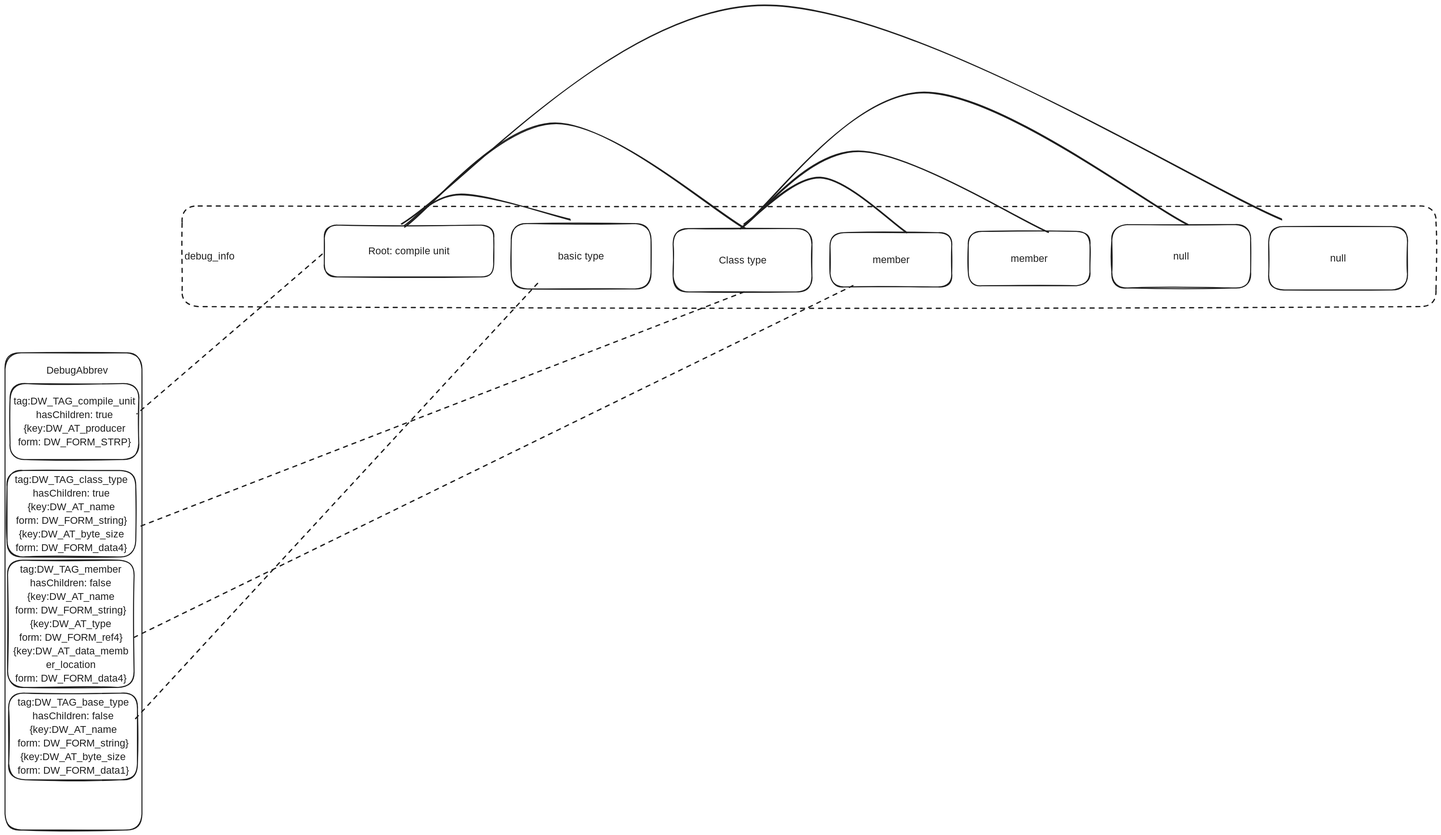
Earlier version of the Excalidraw export docs/tech/debug_symbol/debugSymbol.excalidraw.svg (wasm-ecosystem/warpo). Source tidied: one line per element, renumbered; positions are measured from the earlier drawing's top-left corner, leaving out a move shared by most shapes. Source of this version:
```json
{"id": 0, "type": "rectangle", "strokeColor": "#1e1e1e", "strokeWidth": 2, "roughness": 1, "round": true, "x": 635, "y": 437, "width": 337, "height": 103}
{"id": 1, "type": "text", "text": "Root: compile unit", "strokeColor": "#1e1e1e", "strokeWidth": 2, "roughness": 1, "fontSize": 20, "fontFamily": 6, "textAlign": "center", "verticalAlign": "middle", "inside": 0, "x": 722, "y": 475, "width": 163, "height": 27}
{"id": 2, "type": "rectangle", "strokeColor": "#1e1e1e", "strokeWidth": 2, "roughness": 1, "round": true, "x": 0, "y": 691, "width": 272, "height": 948}
{"id": 3, "type": "text", "text": "DebugAbbrev", "strokeColor": "#1e1e1e", "strokeWidth": 2, "roughness": 1, "fontSize": 20, "fontFamily": 6, "x": 82, "y": 712, "width": 127, "height": 27}
{"id": 4, "type": "rectangle", "strokeColor": "#1e1e1e", "strokeWidth": 2, "roughness": 1, "round": true, "x": 10, "y": 752, "width": 256, "height": 151}
{"id": 5, "type": "text", "text": "tag:DW_TAG_compile_unit\nhasChildren: true\n{key:DW_AT_producer\nform: DW_FORM_STRP}", "strokeColor": "#1e1e1e", "strokeWidth": 2, "strokeStyle": "dashed", "roughness": 1, "fontSize": 20, "fontFamily": 6, "textAlign": "center", "verticalAlign": "middle", "inside": 4, "x": 17, "y": 773, "width": 243, "height": 108}
{"id": 6, "type": "line", "strokeColor": "#1e1e1e", "strokeWidth": 2, "strokeStyle": "dashed", "roughness": 1, "round": true, "x": 630, "y": 494, "width": 367, "height": 318, "points": [[0, 0], [-367, 318]]}
{"id": 7, "type": "rectangle", "strokeColor": "#1e1e1e", "strokeWidth": 2, "strokeStyle": "dashed", "roughness": 1, "round": true, "x": 352, "y": 399, "width": 2494, "height": 200}
{"id": 8, "type": "text", "text": "debug_info", "strokeColor": "#1e1e1e", "strokeWidth": 2, "strokeStyle": "dashed", "roughness": 1, "fontSize": 20, "fontFamily": 6, "verticalAlign": "middle", "inside": 7, "x": 357, "y": 485, "width": 101, "height": 27}
{"id": 9, "type": "rectangle", "strokeColor": "#1e1e1e", "strokeWidth": 2, "roughness": 1, "round": true, "x": 4, "y": 924, "width": 256, "height": 172}
{"id": 10, "type": "text", "text": "tag:DW_TAG_class_type\nhasChildren: true\n{key:DW_AT_name\nform: DW_FORM_string}\n{key:DW_AT_byte_size\nform: DW_FORM_data4}", "strokeColor": "#1e1e1e", "strokeWidth": 2, "strokeStyle": "dashed", "roughness": 1, "fontSize": 20, "fontFamily": 6, "textAlign": "center", "verticalAlign": "middle", "inside": 9, "x": 20, "y": 929, "width": 224, "height": 162}
{"id": 11, "type": "rectangle", "strokeColor": "#1e1e1e", "strokeWidth": 2, "roughness": 1, "round": true, "x": 5, "y": 1103, "width": 252, "height": 253}
{"id": 12, "type": "text", "text": "tag:DW_TAG_member\nhasChildren: false\n{key:DW_AT_name\nform: DW_FORM_string}\n{key:DW_AT_type\nform: DW_FORM_ref4}\n{key:DW_AT_data_memb\ner_location\nform: DW_FORM_data4}", "strokeColor": "#1e1e1e", "strokeWidth": 2, "strokeStyle": "dashed", "roughness": 1, "fontSize": 20, "fontFamily": 6, "textAlign": "center", "verticalAlign": "middle", "inside": 11, "x": 16, "y": 1108, "width": 229, "height": 243}
{"id": 13, "type": "rectangle", "strokeColor": "#1e1e1e", "strokeWidth": 2, "roughness": 1, "round": true, "x": 7, "y": 1367, "width": 256, "height": 172}
{"id": 14, "type": "text", "text": "tag:DW_TAG_base_type\nhasChildren: false\n{key:DW_AT_name\nform: DW_FORM_string}\n{key:DW_AT_byte_size\nform: DW_FORM_data1}", "strokeColor": "#1e1e1e", "strokeWidth": 2, "strokeStyle": "dashed", "roughness": 1, "fontSize": 20, "fontFamily": 6, "textAlign": "center", "verticalAlign": "middle", "inside": 13, "x": 23, "y": 1372, "width": 224, "height": 162}
{"id": 15, "type": "rectangle", "strokeColor": "#1e1e1e", "strokeWidth": 2, "roughness": 1, "round": true, "x": 1329, "y": 444, "width": 276, "height": 126}
{"id": 16, "type": "text", "text": "Class type", "strokeColor": "#1e1e1e", "strokeWidth": 2, "roughness": 1, "fontSize": 20, "fontFamily": 6, "textAlign": "center", "verticalAlign": "middle", "inside": 15, "x": 1419, "y": 493, "width": 95, "height": 27}
{"id": 17, "type": "rectangle", "strokeColor": "#1e1e1e", "strokeWidth": 2, "roughness": 1, "round": true, "x": 2513, "y": 440, "width": 276, "height": 126}
{"id": 18, "type": "text", "text": "null", "strokeColor": "#1e1e1e", "strokeWidth": 2, "roughness": 1, "fontSize": 20, "fontFamily": 6, "textAlign": "center", "verticalAlign": "middle", "inside": 17, "x": 2634, "y": 489, "width": 35, "height": 27}
{"id": 19, "type": "line", "strokeColor": "#1e1e1e", "strokeWidth": 2, "strokeStyle": "dashed", "roughness": 1, "round": true, "x": 1060, "y": 552, "width": 805, "height": 872, "points": [[0, 0], [-805, 872]]}
{"id": 20, "type": "rectangle", "strokeColor": "#1e1e1e", "strokeWidth": 2, "roughness": 1, "round": true, "x": 1007, "y": 434, "width": 278, "height": 130}
{"id": 21, "type": "text", "text": "basic type", "strokeColor": "#1e1e1e", "strokeWidth": 2, "roughness": 1, "fontSize": 20, "fontFamily": 6, "textAlign": "center", "verticalAlign": "middle", "inside": 20, "x": 1100, "y": 485, "width": 91, "height": 27}
{"id": 22, "type": "line", "strokeColor": "#1e1e1e", "strokeWidth": 2, "strokeStyle": "dashed", "roughness": 1, "round": true, "x": 1470, "y": 570, "width": 1207, "height": 468, "points": [[0, 0], [-1207, 468]]}
{"id": 23, "type": "rectangle", "strokeColor": "#1e1e1e", "strokeWidth": 2, "roughness": 1, "round": true, "x": 1641, "y": 452, "width": 242, "height": 108}
{"id": 24, "type": "text", "text": "member", "strokeColor": "#1e1e1e", "strokeWidth": 2, "roughness": 1, "fontSize": 20, "fontFamily": 6, "textAlign": "center", "verticalAlign": "middle", "inside": 23, "x": 1724, "y": 492, "width": 75, "height": 27}
{"id": 25, "type": "rectangle", "strokeColor": "#1e1e1e", "strokeWidth": 2, "roughness": 1, "round": true, "x": 1916, "y": 449, "width": 242, "height": 108}
{"id": 26, "type": "text", "text": "member", "strokeColor": "#1e1e1e", "strokeWidth": 2, "roughness": 1, "fontSize": 20, "fontFamily": 6, "textAlign": "center", "verticalAlign": "middle", "inside": 25, "x": 1999, "y": 490, "width": 75, "height": 27}
{"id": 27, "type": "line", "strokeColor": "#1e1e1e", "strokeWidth": 2, "roughness": 1, "round": true, "x": 1471, "y": 444, "width": 676, "height": 210, "points": [[0, 0], [-375, -210], [-676, -4]]}
{"id": 28, "type": "line", "strokeColor": "#1e1e1e", "strokeWidth": 2, "roughness": 1, "round": true, "x": 1463, "y": 444, "width": 890, "height": 272, "points": [[0, 0], [365, -272], [890, -8]]}
{"id": 29, "type": "line", "strokeColor": "#1e1e1e", "strokeWidth": 2, "roughness": 1, "round": true, "x": 795, "y": 437, "width": 330, "height": 62, "points": [[0, 0], [109, -62], [330, -11]]}
{"id": 30, "type": "line", "strokeColor": "#1e1e1e", "strokeWidth": 2, "roughness": 1, "round": true, "x": 1471, "y": 436, "width": 322, "height": 110, "points": [[0, 0], [150, -94], [322, 16]]}
{"id": 31, "type": "line", "strokeColor": "#1e1e1e", "strokeWidth": 2, "roughness": 1, "round": true, "x": 1463, "y": 443, "width": 612, "height": 162, "points": [[0, 0], [235, -153], [612, 8]]}
{"id": 32, "type": "rectangle", "strokeColor": "#1e1e1e", "strokeWidth": 2, "roughness": 1, "round": true, "x": 2201, "y": 436, "width": 276, "height": 126}
{"id": 33, "type": "text", "text": "null", "strokeColor": "#1e1e1e", "strokeWidth": 2, "roughness": 1, "fontSize": 20, "fontFamily": 6, "textAlign": "center", "verticalAlign": "middle", "inside": 32, "x": 2322, "y": 485, "width": 35, "height": 27}
{"id": 34, "type": "line", "strokeColor": "#1e1e1e", "strokeWidth": 2, "roughness": 1, "round": true, "x": 789, "y": 434, "width": 1750, "height": 434, "points": [[0, 0], [721, -434], [1750, -8]]}
{"id": 35, "type": "line", "strokeColor": "#1e1e1e", "strokeWidth": 2, "strokeStyle": "dashed", "roughness": 1, "round": true, "x": 1686, "y": 556, "width": 1429, "height": 700, "points": [[0, 0], [-1429, 700]]}
```
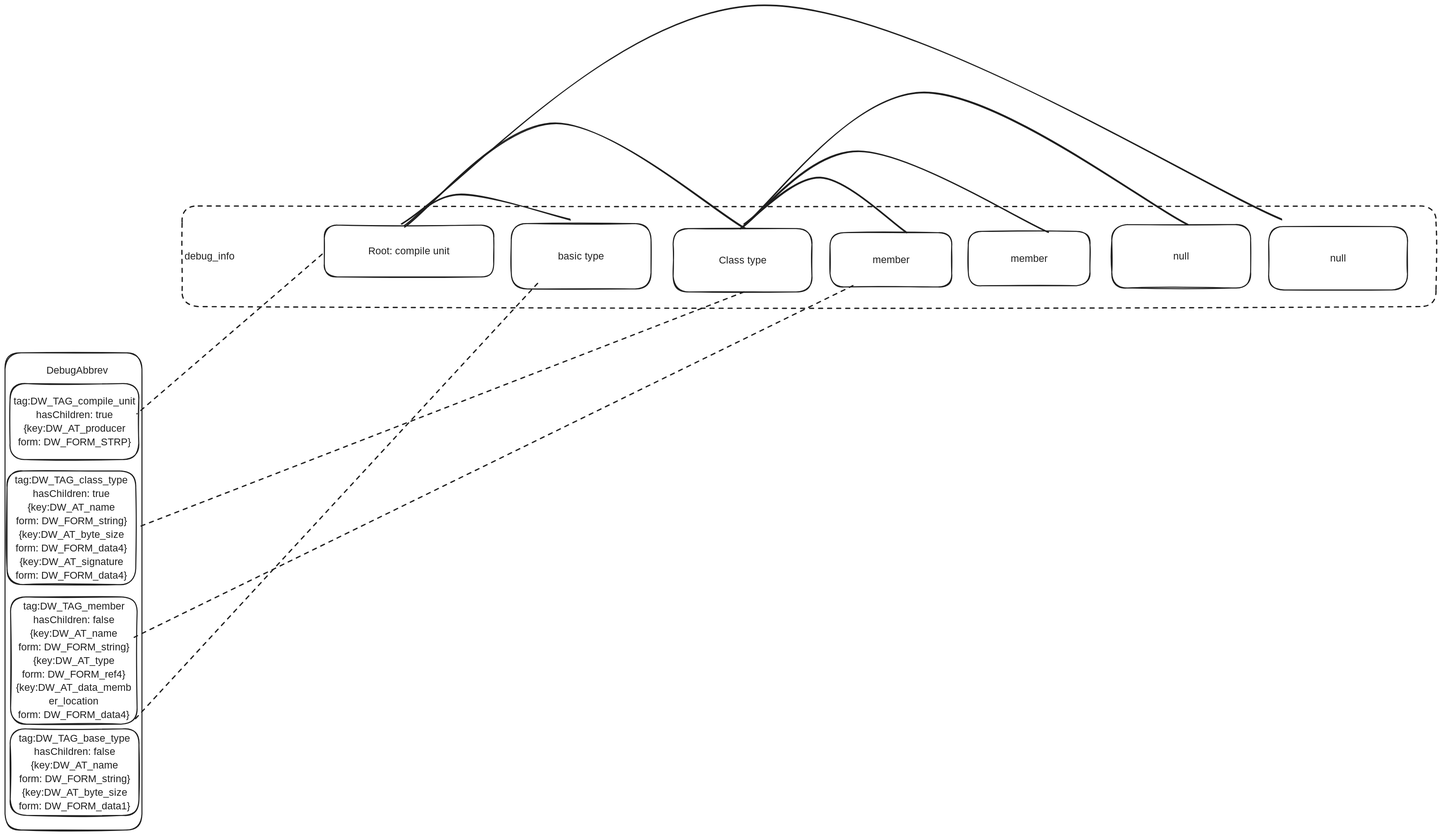
Later version of the same file.

Change to the diagram source:
```diff
@@ -7,12 +7,12 @@
 {"id": 6, "type": "line", "strokeColor": "#1e1e1e", "strokeWidth": 2, "strokeStyle": "dashed", "roughness": 1, "round": true, "x": 630, "y": 494, "width": 367, "height": 318, "points": [[0, 0], [-367, 318]]}
 {"id": 7, "type": "rectangle", "strokeColor": "#1e1e1e", "strokeWidth": 2, "strokeStyle": "dashed", "roughness": 1, "round": true, "x": 352, "y": 399, "width": 2494, "height": 200}
 {"id": 8, "type": "text", "text": "debug_info", "strokeColor": "#1e1e1e", "strokeWidth": 2, "strokeStyle": "dashed", "roughness": 1, "fontSize": 20, "fontFamily": 6, "verticalAlign": "middle", "inside": 7, "x": 357, "y": 485, "width": 101, "height": 27}
-{"id": 9, "type": "rectangle", "strokeColor": "#1e1e1e", "strokeWidth": 2, "roughness": 1, "round": true, "x": 4, "y": 924, "width": 256, "height": 172}
+{"id": 9, "type": "rectangle", "strokeColor": "#1e1e1e", "strokeWidth": 2, "roughness": 1, "round": true, "x": 4, "y": 925, "width": 256, "height": 226}
-{"id": 10, "type": "text", "text": "tag:DW_TAG_class_type\nhasChildren: true\n{key:DW_AT_name\nform: DW_FORM_string}\n{key:DW_AT_byte_size\nform: DW_FORM_data4}", "strokeColor": "#1e1e1e", "strokeWidth": 2, "strokeStyle": "dashed", "roughness": 1, "fontSize": 20, "fontFamily": 6, "textAlign": "center", "verticalAlign": "middle", "inside": 9, "x": 20, "y": 929, "width": 224, "height": 162}
+{"id": 10, "type": "text", "text": "tag:DW_TAG_class_type\nhasChildren: true\n{key:DW_AT_name\nform: DW_FORM_string}\n{key:DW_AT_byte_size\nform: DW_FORM_data4}\n{key:DW_AT_signature\nform: DW_FORM_data4}", "strokeColor": "#1e1e1e", "strokeWidth": 2, "strokeStyle": "dashed", "roughness": 1, "fontSize": 20, "fontFamily": 6, "textAlign": "center", "verticalAlign": "middle", "inside": 9, "x": 20, "y": 930, "width": 224, "height": 216}
-{"id": 11, "type": "rectangle", "strokeColor": "#1e1e1e", "strokeWidth": 2, "roughness": 1, "round": true, "x": 5, "y": 1103, "width": 252, "height": 253}
+{"id": 11, "type": "rectangle", "strokeColor": "#1e1e1e", "strokeWidth": 2, "roughness": 1, "round": true, "x": 11, "y": 1176, "width": 252, "height": 253}
-{"id": 12, "type": "text", "text": "tag:DW_TAG_member\nhasChildren: false\n{key:DW_AT_name\nform: DW_FORM_string}\n{key:DW_AT_type\nform: DW_FORM_ref4}\n{key:DW_AT_data_memb\ner_location\nform: DW_FORM_data4}", "strokeColor": "#1e1e1e", "strokeWidth": 2, "strokeStyle": "dashed", "roughness": 1, "fontSize": 20, "fontFamily": 6, "textAlign": "center", "verticalAlign": "middle", "inside": 11, "x": 16, "y": 1108, "width": 229, "height": 243}
+{"id": 12, "type": "text", "text": "tag:DW_TAG_member\nhasChildren: false\n{key:DW_AT_name\nform: DW_FORM_string}\n{key:DW_AT_type\nform: DW_FORM_ref4}\n{key:DW_AT_data_memb\ner_location\nform: DW_FORM_data4}", "strokeColor": "#1e1e1e", "strokeWidth": 2, "strokeStyle": "dashed", "roughness": 1, "fontSize": 20, "fontFamily": 6, "textAlign": "center", "verticalAlign": "middle", "inside": 11, "x": 22, "y": 1181, "width": 229, "height": 243}
-{"id": 13, "type": "rectangle", "strokeColor": "#1e1e1e", "strokeWidth": 2, "roughness": 1, "round": true, "x": 7, "y": 1367, "width": 256, "height": 172}
+{"id": 13, "type": "rectangle", "strokeColor": "#1e1e1e", "strokeWidth": 2, "roughness": 1, "round": true, "x": 10, "y": 1438, "width": 256, "height": 172}
-{"id": 14, "type": "text", "text": "tag:DW_TAG_base_type\nhasChildren: false\n{key:DW_AT_name\nform: DW_FORM_string}\n{key:DW_AT_byte_size\nform: DW_FORM_data1}", "strokeColor": "#1e1e1e", "strokeWidth": 2, "strokeStyle": "dashed", "roughness": 1, "fontSize": 20, "fontFamily": 6, "textAlign": "center", "verticalAlign": "middle", "inside": 13, "x": 23, "y": 1372, "width": 224, "height": 162}
+{"id": 14, "type": "text", "text": "tag:DW_TAG_base_type\nhasChildren: false\n{key:DW_AT_name\nform: DW_FORM_string}\n{key:DW_AT_byte_size\nform: DW_FORM_data1}", "strokeColor": "#1e1e1e", "strokeWidth": 2, "strokeStyle": "dashed", "roughness": 1, "fontSize": 20, "fontFamily": 6, "textAlign": "center", "verticalAlign": "middle", "inside": 13, "x": 26, "y": 1443, "width": 224, "height": 162}
 {"id": 15, "type": "rectangle", "strokeColor": "#1e1e1e", "strokeWidth": 2, "roughness": 1, "round": true, "x": 1329, "y": 444, "width": 276, "height": 126}
 {"id": 16, "type": "text", "text": "Class type", "strokeColor": "#1e1e1e", "strokeWidth": 2, "roughness": 1, "fontSize": 20, "fontFamily": 6, "textAlign": "center", "verticalAlign": "middle", "inside": 15, "x": 1419, "y": 493, "width": 95, "height": 27}
 {"id": 17, "type": "rectangle", "strokeColor": "#1e1e1e", "strokeWidth": 2, "roughness": 1, "round": true, "x": 2513, "y": 440, "width": 276, "height": 126}
```
